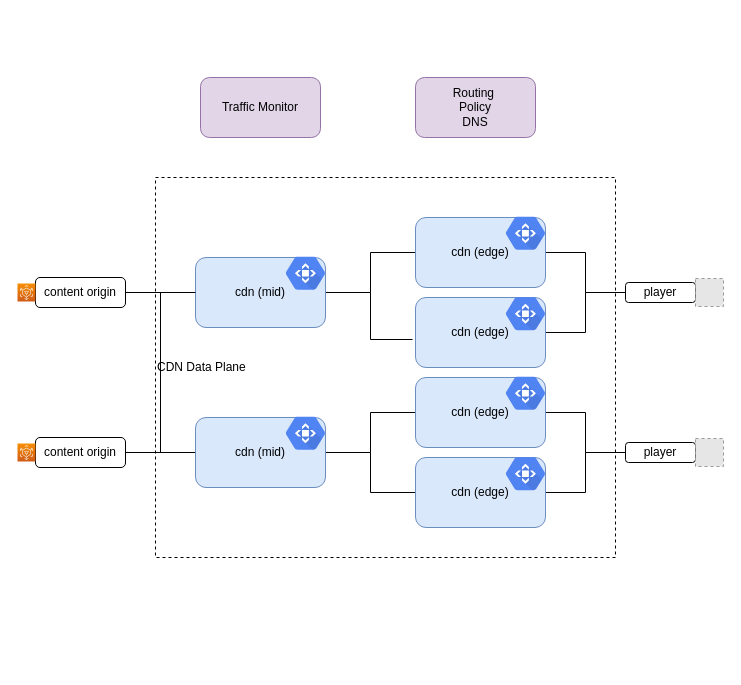
Before: container_cache.drawio in hongfeiweb/draw, a draw.io diagram. Source tidied: cells renumbered, new cells numbered last; positions are measured from the earlier drawing's top-left corner, leaving out a move shared by most shapes. Both pictures are drawn from the tidied source at 100%, with x=0, y=0 at pixel (17, 77). Pictures stored in the file or linked from it are replaced by grey dashed boxes.
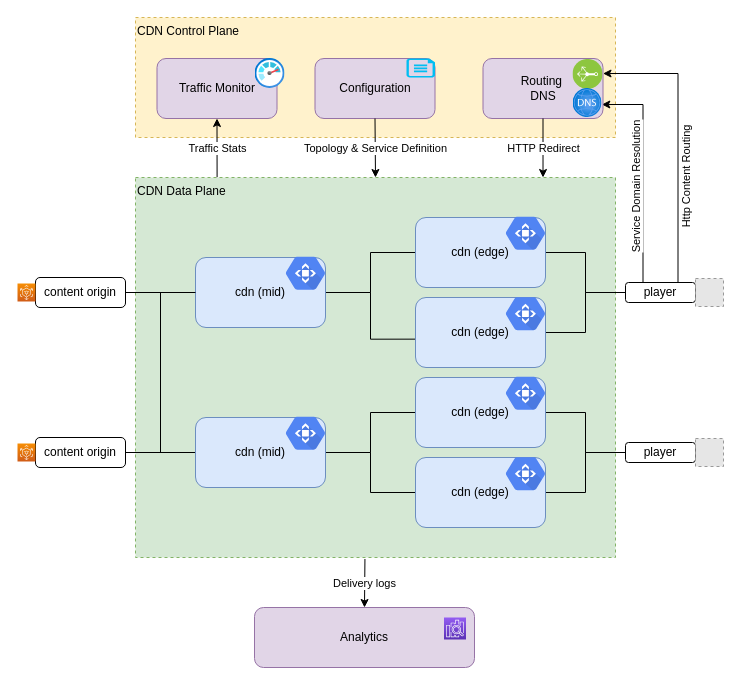
After the change.

The change refers to these unchanged cells:
```xml
<mxCell id="8" value="cdn (mid)" style="whiteSpace=wrap;html=1;rounded=1;fillColor=#dae8fc;strokeColor=#6c8ebf;" parent="1" vertex="1">
  <mxGeometry x="178" y="180" width="130" height="70" as="geometry" />
</mxCell>
<mxCell id="9" value="player" style="whiteSpace=wrap;html=1;rounded=1;" parent="1" vertex="1">
  <mxGeometry x="608" y="205" width="70" height="20" as="geometry" />
</mxCell>
<mxCell id="20" value="cdn (edge)" style="whiteSpace=wrap;html=1;rounded=1;fillColor=#dae8fc;strokeColor=#6c8ebf;" parent="1" vertex="1">
  <mxGeometry x="398" y="220" width="130" height="70" as="geometry" />
</mxCell>
```

The edit, as a diff of the source:
```diff
@@
+    <mxCell id="37" value="CDN Control Plane" style="rounded=0;whiteSpace=wrap;html=1;dashed=1;verticalAlign=top;fillColor=#fff2cc;strokeColor=#d6b656;align=left;" parent="1" vertex="1">
+      <mxGeometry x="118" y="-60" width="480" height="120" as="geometry" />
+    </mxCell>
-    <mxCell id="2" value="CDN Data Plane" style="rounded=0;whiteSpace=wrap;html=1;dashed=1;align=left;" parent="1" vertex="1">
-      <mxGeometry x="138" y="100" width="460" height="380" as="geometry" />
+    <mxCell id="2" value="CDN Data Plane" style="rounded=0;whiteSpace=wrap;html=1;dashed=1;align=left;verticalAlign=top;fillColor=#d5e8d4;strokeColor=#82b366;" parent="1" vertex="1">
+      <mxGeometry x="118" y="100" width="480" height="380" as="geometry" />
     </mxCell>
@@
-    <mxCell id="7" style="edgeStyle=orthogonalEdgeStyle;rounded=0;jettySize=auto;html=1;exitX=1;exitY=0.5;exitDx=0;exitDy=0;entryX=-0.023;entryY=0.6;entryDx=0;entryDy=0;entryPerimeter=0;endArrow=none;endFill=0;strokeWidth=1;" parent="1" edge="1" source="8" target="20">
+    <mxCell id="7" style="edgeStyle=orthogonalEdgeStyle;rounded=0;jettySize=auto;html=1;exitX=1;exitY=0.5;exitDx=0;exitDy=0;entryX=0.003;entryY=0.595;entryDx=0;entryDy=0;entryPerimeter=0;endArrow=none;endFill=0;strokeWidth=1;" parent="1" edge="1" source="8" target="20">
       <mxGeometry relative="1" as="geometry" />
     </mxCell>
@@
+    <mxCell id="38" style="edgeStyle=orthogonalEdgeStyle;rounded=0;jettySize=auto;html=1;exitX=0.25;exitY=0;exitDx=0;exitDy=0;entryX=0.994;entryY=0.552;entryDx=0;entryDy=0;entryPerimeter=0;endArrow=classic;endFill=1;strokeWidth=1;" parent="1" edge="1" source="9" target="46">
+      <mxGeometry relative="1" as="geometry" />
+    </mxCell>
+    <mxCell id="39" value="Service Domain Resolution" style="edgeLabel;html=1;align=center;verticalAlign=middle;rotation=270;" parent="38" vertex="1">
+      <mxGeometry x="0.79" y="-1" relative="1" as="geometry">
+        <mxPoint x="11" y="84" as="offset" />
+      </mxGeometry>
+    </mxCell>
+    <mxCell id="40" style="edgeStyle=orthogonalEdgeStyle;rounded=0;jettySize=auto;html=1;exitX=0.75;exitY=0;exitDx=0;exitDy=0;entryX=0.5;entryY=1;entryDx=0;entryDy=0;endArrow=classic;endFill=1;strokeWidth=1;" parent="1" edge="1" source="9" target="45">
+      <mxGeometry relative="1" as="geometry" />
+    </mxCell>
+    <mxCell id="41" value="Http Content Routing" style="edgeLabel;html=1;align=center;verticalAlign=middle;rotation=270;" parent="40" vertex="1">
+      <mxGeometry x="-0.05" y="1" relative="1" as="geometry">
+        <mxPoint x="8" y="30" as="offset" />
+      </mxGeometry>
+    </mxCell>
@@
     <mxCell id="35" value="Traffic Monitor" style="rounded=1;whiteSpace=wrap;html=1;fillColor=#e1d5e7;strokeColor=#9673a6;" parent="1" vertex="1">
-      <mxGeometry x="183" width="120" height="60" as="geometry" />
+      <mxGeometry x="139.5" y="-19" width="120" height="60" as="geometry" />
     </mxCell>
-    <mxCell id="36" value="Routing&amp;nbsp;&lt;br&gt;Policy&lt;br&gt;DNS" style="rounded=1;whiteSpace=wrap;html=1;fillColor=#e1d5e7;strokeColor=#9673a6;" parent="1" vertex="1">
-      <mxGeometry x="398" width="120" height="60" as="geometry" />
+    <mxCell id="36" value="Routing&amp;nbsp;&lt;br&gt;DNS" style="rounded=1;whiteSpace=wrap;html=1;fillColor=#e1d5e7;strokeColor=#9673a6;" parent="1" vertex="1">
+      <mxGeometry x="465.5" y="-19" width="120" height="60" as="geometry" />
     </mxCell>
+    <mxCell id="42" value="Configuration" style="rounded=1;whiteSpace=wrap;html=1;fillColor=#e1d5e7;strokeColor=#9673a6;" parent="1" vertex="1">
+      <mxGeometry x="297.5" y="-19" width="120" height="60" as="geometry" />
+    </mxCell>
+    <mxCell id="43" style="html=1;align=center;image;fontSize=12;image=img/lib/azure2/management_governance/Monitor.svg;dashed=1;" parent="1" vertex="1">
+      <mxGeometry x="237.5" y="-19" width="30" height="30" as="geometry" />
+    </mxCell>
+    <mxCell id="44" style="verticalLabelPosition=bottom;html=1;verticalAlign=top;align=center;strokeColor=none;fillColor=#00BEF2;shape=mxgraph.azure.cloud_services_configuration_file;dashed=1;" parent="1" vertex="1">
+      <mxGeometry x="389" y="-19" width="28.5" height="19" as="geometry" />
+    </mxCell>
+    <mxCell id="45" style="perimeter=ellipsePerimeter;html=1;align=center;shadow=0;dashed=0;fontColor=#4277BB;labelBackgroundColor=#ffffff;fontSize=12;spacingTop=3;image;image=img/lib/ibm/infrastructure/load_balancing_routing.svg;direction=north;" parent="1" vertex="1">
+      <mxGeometry x="555.5" y="-19" width="30" height="30" as="geometry" />
+    </mxCell>
+    <mxCell id="46" style="html=1;points=[];align=center;image;fontSize=12;image=img/lib/azure2/networking/DNS_Zones.svg;dashed=1;" parent="1" vertex="1">
+      <mxGeometry x="555.5" y="11" width="29" height="29" as="geometry" />
+    </mxCell>
+    <mxCell id="47" value="Analytics" style="rounded=1;whiteSpace=wrap;html=1;fillColor=#e1d5e7;strokeColor=#9673a6;" parent="1" vertex="1">
+      <mxGeometry x="237" y="530" width="220" height="60" as="geometry" />
+    </mxCell>
+    <mxCell id="48" style="sketch=0;fontColor=#232F3E;gradientColor=#945DF2;gradientDirection=north;fillColor=#5A30B5;strokeColor=#ffffff;dashed=0;verticalLabelPosition=bottom;verticalAlign=top;align=center;html=1;fontSize=12;fontStyle=0;shape=mxgraph.aws4.resourceIcon;resIcon=mxgraph.aws4.elasticsearch_service;" parent="1" vertex="1">
+      <mxGeometry x="426.5" y="540" width="22" height="22" as="geometry" />
+    </mxCell>
+    <mxCell id="49" value="Traffic Stats" style="endArrow=classic;html=1;strokeWidth=1;exitX=0.17;exitY=-0.001;exitDx=0;exitDy=0;entryX=0.5;entryY=1;entryDx=0;entryDy=0;exitPerimeter=0;" parent="1" edge="1" source="2" target="35">
+      <mxGeometry relative="1" as="geometry" />
+    </mxCell>
+    <mxCell id="50" value="Topology &amp;amp; Service Definition" style="endArrow=classic;html=1;strokeWidth=1;exitX=0.5;exitY=1;exitDx=0;exitDy=0;entryX=0.5;entryY=0;entryDx=0;entryDy=0;" parent="1" edge="1" source="42" target="2">
+      <mxGeometry relative="1" as="geometry" />
+    </mxCell>
+    <mxCell id="51" value="HTTP Redirect" style="endArrow=classic;html=1;strokeWidth=1;exitX=0.5;exitY=1;exitDx=0;exitDy=0;entryX=0.849;entryY=0;entryDx=0;entryDy=0;entryPerimeter=0;" parent="1" edge="1" source="36" target="2">
+      <mxGeometry relative="1" as="geometry" />
+    </mxCell>
+    <mxCell id="52" value="Delivery logs" style="endArrow=classic;html=1;strokeWidth=1;exitX=0.478;exitY=1.004;exitDx=0;exitDy=0;entryX=0.5;entryY=0;entryDx=0;entryDy=0;exitPerimeter=0;" parent="1" edge="1" source="2" target="47">
+      <mxGeometry relative="1" as="geometry" />
+    </mxCell>
```
